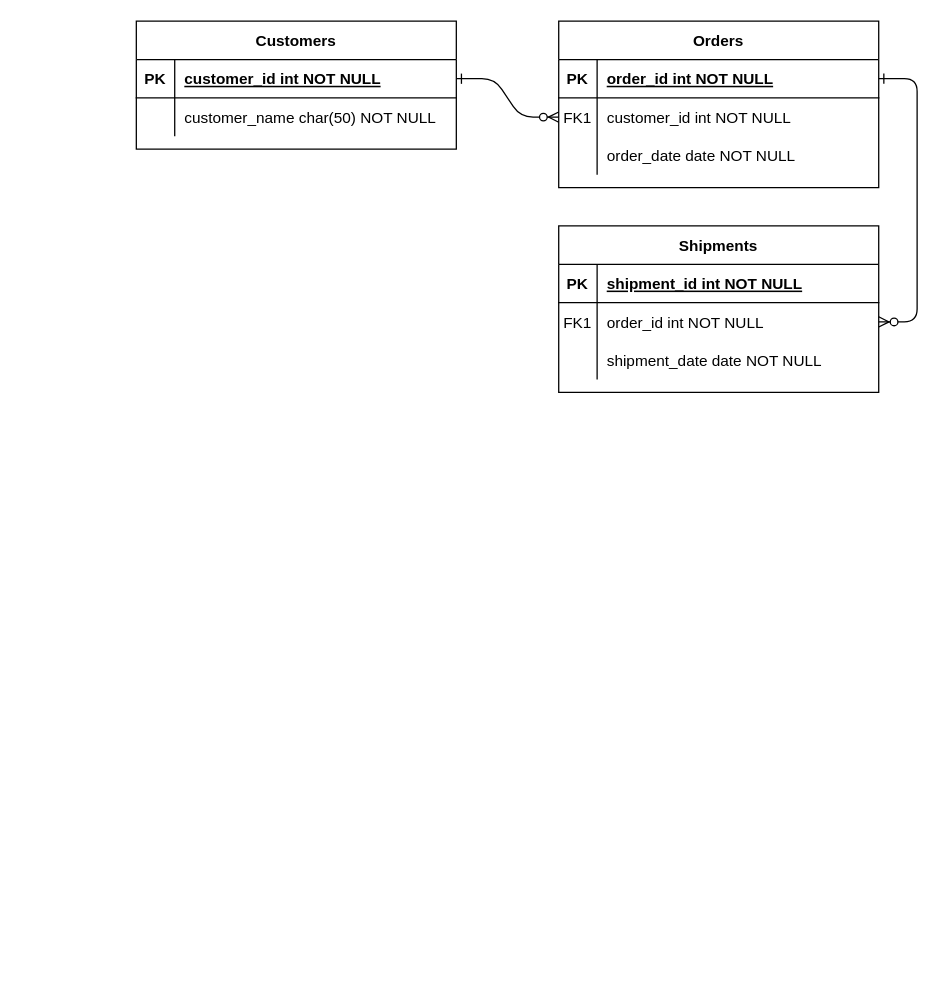
Before: anty_er_diagrams.drawio in Freeman-md/anty, a draw.io diagram. Source tidied: cells renumbered, new cells numbered last; positions are measured from the earlier drawing's top-left corner, leaving out a move shared by most shapes. Both pictures are drawn from the tidied source at 128%, with x=0, y=0 at pixel (136, 20).
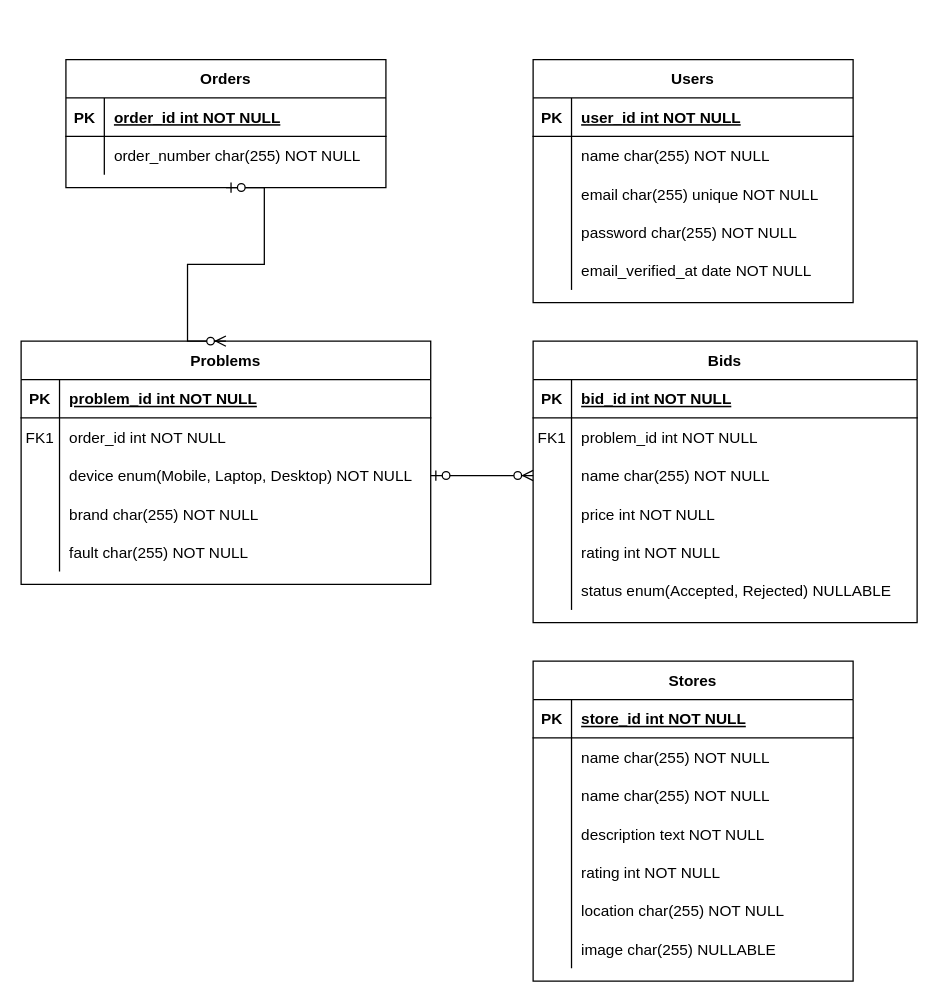
Above is the later version.

Unchanged cells that the change refers to:
```xml
<mxCell id="5" style="shape=partialRectangle;fillColor=none;points=[[0,0.5],[1,0.5]];portConstraint=eastwest;top=0;left=0;right=0;bottom=1;" parent="4" vertex="1">
  <mxGeometry y="30" width="250" height="30" as="geometry" />
</mxCell>
<mxCell id="25" style="shape=partialRectangle;fillColor=none;points=[[0,0.5],[1,0.5]];portConstraint=eastwest;top=0;left=0;right=0;bottom=1;" parent="24" vertex="1">
  <mxGeometry y="30" width="250" height="30" as="geometry" />
</mxCell>
```

Diff of the diagram source:
```diff
@@
-    <mxCell id="2" style="edgeStyle=entityRelationEdgeStyle;endArrow=ERzeroToMany;startArrow=ERone;endFill=1;startFill=0;" parent="1" edge="1" source="25" target="8">
-      <mxGeometry relative="1" as="geometry" />
-    </mxCell>
-    <mxCell id="3" style="edgeStyle=entityRelationEdgeStyle;endArrow=ERzeroToMany;startArrow=ERone;endFill=1;startFill=0;" parent="1" edge="1" source="5" target="18">
-      <mxGeometry relative="1" as="geometry" />
-    </mxCell>
     <mxCell id="4" value="Orders" style="shape=table;startSize=30;childLayout=tableLayout;rowLines=0;fontStyle=1;align=center;" parent="1" vertex="1">
-      <mxGeometry x="330" width="250" height="130" as="geometry" />
+      <mxGeometry x="-55" y="30" width="250" height="100" as="geometry" />
     </mxCell>
@@
-    <mxCell id="8" style="shape=partialRectangle;fillColor=none;points=[[0,0.5],[1,0.5]];portConstraint=eastwest;top=0;left=0;right=0;bottom=0;" parent="4" vertex="1">
-      <mxGeometry y="60" width="250" height="30" as="geometry" />
-    </mxCell>
-    <mxCell id="9" value="FK1" style="shape=partialRectangle;overflow=hidden;fillColor=none;top=0;left=0;bottom=0;right=0;" parent="8" vertex="1">
-      <mxGeometry width="30" height="30" as="geometry" />
-    </mxCell>
-    <mxCell id="10" value="customer_id int NOT NULL" style="shape=partialRectangle;overflow=hidden;fillColor=none;top=0;left=0;bottom=0;right=0;align=left;spacingLeft=6;" parent="8" vertex="1">
-      <mxGeometry x="30" width="220" height="30" as="geometry" />
-    </mxCell>
     <mxCell id="11" style="shape=partialRectangle;fillColor=none;top=0;left=0;right=0;bottom=0;" parent="4" vertex="1">
-      <mxGeometry y="90" width="250" height="30" as="geometry" />
+      <mxGeometry y="60" width="250" height="30" as="geometry" />
     </mxCell>
@@
-    <mxCell id="13" value="order_date date NOT NULL" style="shape=partialRectangle;overflow=hidden;fillColor=none;top=0;left=0;bottom=0;right=0;align=left;spacingLeft=6;" parent="11" vertex="1">
+    <mxCell id="13" value="order_number char(255) NOT NULL" style="shape=partialRectangle;overflow=hidden;fillColor=none;top=0;left=0;bottom=0;right=0;align=left;spacingLeft=6;" parent="11" vertex="1">
       <mxGeometry x="30" width="220" height="30" as="geometry" />
     </mxCell>
-    <mxCell id="14" value="Shipments" style="shape=table;startSize=30;childLayout=tableLayout;rowLines=0;fontStyle=1;align=center;" parent="1" vertex="1">
-      <mxGeometry x="330" y="160" width="250" height="130" as="geometry" />
+    <mxCell id="14" value="Bids" style="shape=table;startSize=30;childLayout=tableLayout;rowLines=0;fontStyle=1;align=center;" parent="1" vertex="1">
+      <mxGeometry x="310" y="250" width="300" height="220" as="geometry" />
     </mxCell>
     <mxCell id="15" style="shape=partialRectangle;fillColor=none;top=0;left=0;right=0;bottom=1;" parent="14" vertex="1">
-      <mxGeometry y="30" width="250" height="30" as="geometry" />
+      <mxGeometry y="30" width="300" height="30" as="geometry" />
     </mxCell>
@@
-    <mxCell id="17" value="shipment_id int NOT NULL " style="shape=partialRectangle;overflow=hidden;fillColor=none;top=0;left=0;bottom=0;right=0;align=left;spacingLeft=6;fontStyle=5;" parent="15" vertex="1">
-      <mxGeometry x="30" width="220" height="30" as="geometry" />
+    <mxCell id="17" value="bid_id int NOT NULL " style="shape=partialRectangle;overflow=hidden;fillColor=none;top=0;left=0;bottom=0;right=0;align=left;spacingLeft=6;fontStyle=5;" parent="15" vertex="1">
+      <mxGeometry x="30" width="270" height="30" as="geometry" />
     </mxCell>
     <mxCell id="18" style="shape=partialRectangle;fillColor=none;points=[[0,0.5],[1,0.5]];portConstraint=eastwest;top=0;left=0;right=0;bottom=0;" parent="14" vertex="1">
-      <mxGeometry y="60" width="250" height="30" as="geometry" />
+      <mxGeometry y="60" width="300" height="30" as="geometry" />
     </mxCell>
@@
-    <mxCell id="20" value="order_id int NOT NULL" style="shape=partialRectangle;overflow=hidden;fillColor=none;top=0;left=0;bottom=0;right=0;align=left;spacingLeft=6;" parent="18" vertex="1">
-      <mxGeometry x="30" width="220" height="30" as="geometry" />
+    <mxCell id="20" value="problem_id int NOT NULL" style="shape=partialRectangle;overflow=hidden;fillColor=none;top=0;left=0;bottom=0;right=0;align=left;spacingLeft=6;" parent="18" vertex="1">
+      <mxGeometry x="30" width="270" height="30" as="geometry" />
     </mxCell>
     <mxCell id="21" style="shape=partialRectangle;fillColor=none;points=[[0,0.5],[1,0.5]];portConstraint=eastwest;top=0;left=0;right=0;bottom=0;" parent="14" vertex="1">
-      <mxGeometry y="90" width="250" height="30" as="geometry" />
+      <mxGeometry y="90" width="300" height="30" as="geometry" />
     </mxCell>
@@
-    <mxCell id="23" value="shipment_date date NOT NULL" style="shape=partialRectangle;overflow=hidden;fillColor=none;top=0;left=0;bottom=0;right=0;align=left;spacingLeft=6;" parent="21" vertex="1">
-      <mxGeometry x="30" width="220" height="30" as="geometry" />
+    <mxCell id="23" value="name char(255) NOT NULL" style="shape=partialRectangle;overflow=hidden;fillColor=none;top=0;left=0;bottom=0;right=0;align=left;spacingLeft=6;" parent="21" vertex="1">
+      <mxGeometry x="30" width="270" height="30" as="geometry" />
     </mxCell>
+    <mxCell id="31" style="shape=partialRectangle;fillColor=none;top=0;left=0;right=0;bottom=0;" parent="14" vertex="1">
+      <mxGeometry y="120" width="300" height="30" as="geometry" />
+    </mxCell>
+    <mxCell id="32" style="shape=partialRectangle;overflow=hidden;fillColor=none;top=0;left=0;bottom=0;right=0;" parent="31" vertex="1">
+      <mxGeometry width="30" height="30" as="geometry" />
+    </mxCell>
+    <mxCell id="33" value="price int NOT NULL" style="shape=partialRectangle;overflow=hidden;fillColor=none;top=0;left=0;bottom=0;right=0;align=left;spacingLeft=6;" parent="31" vertex="1">
+      <mxGeometry x="30" width="270" height="30" as="geometry" />
+    </mxCell>
+    <mxCell id="34" style="shape=partialRectangle;fillColor=none;top=0;left=0;right=0;bottom=0;" parent="14" vertex="1">
+      <mxGeometry y="150" width="300" height="30" as="geometry" />
+    </mxCell>
+    <mxCell id="35" style="shape=partialRectangle;overflow=hidden;fillColor=none;top=0;left=0;bottom=0;right=0;" parent="34" vertex="1">
+      <mxGeometry width="30" height="30" as="geometry" />
+    </mxCell>
+    <mxCell id="36" value="rating int NOT NULL" style="shape=partialRectangle;overflow=hidden;fillColor=none;top=0;left=0;bottom=0;right=0;align=left;spacingLeft=6;" parent="34" vertex="1">
+      <mxGeometry x="30" width="270" height="30" as="geometry" />
+    </mxCell>
+    <mxCell id="37" style="shape=partialRectangle;fillColor=none;top=0;left=0;right=0;bottom=0;" parent="14" vertex="1">
+      <mxGeometry y="180" width="300" height="30" as="geometry" />
+    </mxCell>
+    <mxCell id="38" style="shape=partialRectangle;overflow=hidden;fillColor=none;top=0;left=0;bottom=0;right=0;" parent="37" vertex="1">
+      <mxGeometry width="30" height="30" as="geometry" />
+    </mxCell>
+    <mxCell id="39" value="status enum(Accepted, Rejected) NULLABLE" style="shape=partialRectangle;overflow=hidden;fillColor=none;top=0;left=0;bottom=0;right=0;align=left;spacingLeft=6;" parent="37" vertex="1">
+      <mxGeometry x="30" width="270" height="30" as="geometry" />
+    </mxCell>
-    <mxCell id="24" value="Customers" style="shape=table;startSize=30;childLayout=tableLayout;rowLines=0;fontStyle=1;align=center;" parent="1" vertex="1">
-      <mxGeometry width="250" height="100" as="geometry" />
+    <mxCell id="24" value="Users" style="shape=table;startSize=30;childLayout=tableLayout;rowLines=0;fontStyle=1;align=center;" parent="1" vertex="1">
+      <mxGeometry x="310" y="30" width="250" height="190" as="geometry" />
     </mxCell>
@@
-    <mxCell id="27" value="customer_id int NOT NULL " style="shape=partialRectangle;overflow=hidden;fillColor=none;top=0;left=0;bottom=0;right=0;align=left;spacingLeft=6;fontStyle=5;" parent="25" vertex="1">
+    <mxCell id="27" value="user_id int NOT NULL " style="shape=partialRectangle;overflow=hidden;fillColor=none;top=0;left=0;bottom=0;right=0;align=left;spacingLeft=6;fontStyle=5;" parent="25" vertex="1">
       <mxGeometry x="30" width="220" height="30" as="geometry" />
     </mxCell>
+    <mxCell id="40" style="shape=partialRectangle;fillColor=none;top=0;left=0;right=0;bottom=0;" parent="24" vertex="1">
+      <mxGeometry y="60" width="250" height="30" as="geometry" />
+    </mxCell>
+    <mxCell id="41" style="shape=partialRectangle;overflow=hidden;fillColor=none;top=0;left=0;bottom=0;right=0;" parent="40" vertex="1">
+      <mxGeometry width="30" height="30" as="geometry" />
+    </mxCell>
+    <mxCell id="42" value="name char(255) NOT NULL" style="shape=partialRectangle;overflow=hidden;fillColor=none;top=0;left=0;bottom=0;right=0;align=left;spacingLeft=6;" parent="40" vertex="1">
+      <mxGeometry x="30" width="220" height="30" as="geometry" />
+    </mxCell>
     <mxCell id="28" style="shape=partialRectangle;fillColor=none;top=0;left=0;right=0;bottom=0;" parent="24" vertex="1">
-      <mxGeometry y="60" width="250" height="30" as="geometry" />
+      <mxGeometry y="90" width="250" height="30" as="geometry" />
     </mxCell>
@@
-    <mxCell id="30" value="customer_name char(50) NOT NULL" style="shape=partialRectangle;overflow=hidden;fillColor=none;top=0;left=0;bottom=0;right=0;align=left;spacingLeft=6;" parent="28" vertex="1">
+    <mxCell id="30" value="email char(255) unique NOT NULL" style="shape=partialRectangle;overflow=hidden;fillColor=none;top=0;left=0;bottom=0;right=0;align=left;spacingLeft=6;" parent="28" vertex="1">
       <mxGeometry x="30" width="220" height="30" as="geometry" />
     </mxCell>
+    <mxCell id="43" style="shape=partialRectangle;fillColor=none;top=0;left=0;right=0;bottom=0;" parent="24" vertex="1">
+      <mxGeometry y="120" width="250" height="30" as="geometry" />
+    </mxCell>
+    <mxCell id="44" style="shape=partialRectangle;overflow=hidden;fillColor=none;top=0;left=0;bottom=0;right=0;" parent="43" vertex="1">
+      <mxGeometry width="30" height="30" as="geometry" />
+    </mxCell>
+    <mxCell id="45" value="password char(255) NOT NULL" style="shape=partialRectangle;overflow=hidden;fillColor=none;top=0;left=0;bottom=0;right=0;align=left;spacingLeft=6;" parent="43" vertex="1">
+      <mxGeometry x="30" width="220" height="30" as="geometry" />
+    </mxCell>
+    <mxCell id="46" style="shape=partialRectangle;fillColor=none;top=0;left=0;right=0;bottom=0;" parent="24" vertex="1">
+      <mxGeometry y="150" width="250" height="30" as="geometry" />
+    </mxCell>
+    <mxCell id="47" style="shape=partialRectangle;overflow=hidden;fillColor=none;top=0;left=0;bottom=0;right=0;" parent="46" vertex="1">
+      <mxGeometry width="30" height="30" as="geometry" />
+    </mxCell>
+    <mxCell id="48" value="email_verified_at date NOT NULL" style="shape=partialRectangle;overflow=hidden;fillColor=none;top=0;left=0;bottom=0;right=0;align=left;spacingLeft=6;" parent="46" vertex="1">
+      <mxGeometry x="30" width="220" height="30" as="geometry" />
+    </mxCell>
+    <mxCell id="49" value="Problems" style="shape=table;startSize=30;childLayout=tableLayout;rowLines=0;fontStyle=1;align=center;" parent="1" vertex="1">
+      <mxGeometry x="-90" y="250" width="320" height="190" as="geometry" />
+    </mxCell>
+    <mxCell id="50" style="shape=partialRectangle;fillColor=none;top=0;left=0;right=0;bottom=1;" parent="49" vertex="1">
+      <mxGeometry y="30" width="320" height="30" as="geometry" />
+    </mxCell>
+    <mxCell id="51" value="PK" style="shape=partialRectangle;overflow=hidden;fillColor=none;top=0;left=0;bottom=0;right=0;fontStyle=1;" parent="50" vertex="1">
+      <mxGeometry width="30" height="30" as="geometry" />
+    </mxCell>
+    <mxCell id="52" value="problem_id int NOT NULL " style="shape=partialRectangle;overflow=hidden;fillColor=none;top=0;left=0;bottom=0;right=0;align=left;spacingLeft=6;fontStyle=5;" parent="50" vertex="1">
+      <mxGeometry x="30" width="290" height="30" as="geometry" />
+    </mxCell>
+    <mxCell id="53" style="shape=partialRectangle;fillColor=none;top=0;left=0;right=0;bottom=0;" parent="49" vertex="1">
+      <mxGeometry y="60" width="320" height="30" as="geometry" />
+    </mxCell>
+    <mxCell id="9" value="FK1" style="shape=partialRectangle;overflow=hidden;fillColor=none;top=0;left=0;bottom=0;right=0;" parent="53" vertex="1">
+      <mxGeometry width="30" height="30" as="geometry" />
+    </mxCell>
+    <mxCell id="54" value="order_id int NOT NULL" style="shape=partialRectangle;overflow=hidden;fillColor=none;top=0;left=0;bottom=0;right=0;align=left;spacingLeft=6;" parent="53" vertex="1">
+      <mxGeometry x="30" width="290" height="30" as="geometry" />
+    </mxCell>
+    <mxCell id="55" style="shape=partialRectangle;fillColor=none;points=[[0,0.5],[1,0.5]];portConstraint=eastwest;top=0;left=0;right=0;bottom=0;" parent="49" vertex="1">
+      <mxGeometry y="90" width="320" height="30" as="geometry" />
+    </mxCell>
+    <mxCell id="56" style="shape=partialRectangle;overflow=hidden;fillColor=none;top=0;left=0;bottom=0;right=0;" parent="55" vertex="1">
+      <mxGeometry width="30" height="30" as="geometry" />
+    </mxCell>
+    <mxCell id="57" value="device enum(Mobile, Laptop, Desktop) NOT NULL" style="shape=partialRectangle;overflow=hidden;fillColor=none;top=0;left=0;bottom=0;right=0;align=left;spacingLeft=6;" parent="55" vertex="1">
+      <mxGeometry x="30" width="290" height="30" as="geometry" />
+    </mxCell>
+    <mxCell id="58" style="shape=partialRectangle;fillColor=none;top=0;left=0;right=0;bottom=0;" parent="49" vertex="1">
+      <mxGeometry y="120" width="320" height="30" as="geometry" />
+    </mxCell>
+    <mxCell id="59" style="shape=partialRectangle;overflow=hidden;fillColor=none;top=0;left=0;bottom=0;right=0;" parent="58" vertex="1">
+      <mxGeometry width="30" height="30" as="geometry" />
+    </mxCell>
+    <mxCell id="60" value="brand char(255) NOT NULL" style="shape=partialRectangle;overflow=hidden;fillColor=none;top=0;left=0;bottom=0;right=0;align=left;spacingLeft=6;" parent="58" vertex="1">
+      <mxGeometry x="30" width="290" height="30" as="geometry" />
+    </mxCell>
+    <mxCell id="61" style="shape=partialRectangle;fillColor=none;top=0;left=0;right=0;bottom=0;" parent="49" vertex="1">
+      <mxGeometry y="150" width="320" height="30" as="geometry" />
+    </mxCell>
+    <mxCell id="62" style="shape=partialRectangle;overflow=hidden;fillColor=none;top=0;left=0;bottom=0;right=0;" parent="61" vertex="1">
+      <mxGeometry width="30" height="30" as="geometry" />
+    </mxCell>
+    <mxCell id="63" value="fault char(255) NOT NULL" style="shape=partialRectangle;overflow=hidden;fillColor=none;top=0;left=0;bottom=0;right=0;align=left;spacingLeft=6;" parent="61" vertex="1">
+      <mxGeometry x="30" width="290" height="30" as="geometry" />
+    </mxCell>
+    <mxCell id="64" style="edgeStyle=entityRelationEdgeStyle;fontSize=12;html=1;endArrow=ERzeroToMany;startArrow=ERzeroToOne;rounded=0;exitX=1;exitY=0.5;exitDx=0;exitDy=0;entryX=0;entryY=0.5;entryDx=0;entryDy=0;" parent="1" edge="1" source="55" target="21">
+      <mxGeometry relative="1" as="geometry" />
+    </mxCell>
+    <mxCell id="65" style="edgeStyle=entityRelationEdgeStyle;fontSize=12;html=1;endArrow=ERzeroToMany;startArrow=ERzeroToOne;rounded=0;exitX=0.5;exitY=1;exitDx=0;exitDy=0;entryX=0.5;entryY=0;entryDx=0;entryDy=0;" parent="1" edge="1" source="4" target="49">
+      <mxGeometry relative="1" as="geometry" />
+    </mxCell>
+    <mxCell id="66" value="Stores" style="shape=table;startSize=30;childLayout=tableLayout;rowLines=0;fontStyle=1;align=center;" parent="1" vertex="1">
+      <mxGeometry x="310" y="500" width="250" height="250" as="geometry" />
+    </mxCell>
+    <mxCell id="67" style="shape=partialRectangle;fillColor=none;top=0;left=0;right=0;bottom=1;" parent="66" vertex="1">
+      <mxGeometry y="30" width="250" height="30" as="geometry" />
+    </mxCell>
+    <mxCell id="68" value="PK" style="shape=partialRectangle;overflow=hidden;fillColor=none;top=0;left=0;bottom=0;right=0;fontStyle=1;" parent="67" vertex="1">
+      <mxGeometry width="30" height="30" as="geometry" />
+    </mxCell>
+    <mxCell id="69" value="store_id int NOT NULL " style="shape=partialRectangle;overflow=hidden;fillColor=none;top=0;left=0;bottom=0;right=0;align=left;spacingLeft=6;fontStyle=5;" parent="67" vertex="1">
+      <mxGeometry x="30" width="220" height="30" as="geometry" />
+    </mxCell>
+    <mxCell id="70" style="shape=partialRectangle;fillColor=none;top=0;left=0;right=0;bottom=0;" parent="66" vertex="1">
+      <mxGeometry y="60" width="250" height="30" as="geometry" />
+    </mxCell>
+    <mxCell id="71" style="shape=partialRectangle;overflow=hidden;fillColor=none;top=0;left=0;bottom=0;right=0;" parent="70" vertex="1">
+      <mxGeometry width="30" height="30" as="geometry" />
+    </mxCell>
+    <mxCell id="72" value="name char(255) NOT NULL" style="shape=partialRectangle;overflow=hidden;fillColor=none;top=0;left=0;bottom=0;right=0;align=left;spacingLeft=6;" parent="70" vertex="1">
+      <mxGeometry x="30" width="220" height="30" as="geometry" />
+    </mxCell>
+    <mxCell id="73" style="shape=partialRectangle;fillColor=none;top=0;left=0;right=0;bottom=0;" parent="66" vertex="1">
+      <mxGeometry y="90" width="250" height="30" as="geometry" />
+    </mxCell>
+    <mxCell id="74" style="shape=partialRectangle;overflow=hidden;fillColor=none;top=0;left=0;bottom=0;right=0;" parent="73" vertex="1">
+      <mxGeometry width="30" height="30" as="geometry" />
+    </mxCell>
+    <mxCell id="75" value="name char(255) NOT NULL" style="shape=partialRectangle;overflow=hidden;fillColor=none;top=0;left=0;bottom=0;right=0;align=left;spacingLeft=6;" parent="73" vertex="1">
+      <mxGeometry x="30" width="220" height="30" as="geometry" />
+    </mxCell>
+    <mxCell id="76" style="shape=partialRectangle;fillColor=none;top=0;left=0;right=0;bottom=0;" parent="66" vertex="1">
+      <mxGeometry y="120" width="250" height="30" as="geometry" />
+    </mxCell>
+    <mxCell id="77" style="shape=partialRectangle;overflow=hidden;fillColor=none;top=0;left=0;bottom=0;right=0;" parent="76" vertex="1">
+      <mxGeometry width="30" height="30" as="geometry" />
+    </mxCell>
+    <mxCell id="78" value="description text NOT NULL" style="shape=partialRectangle;overflow=hidden;fillColor=none;top=0;left=0;bottom=0;right=0;align=left;spacingLeft=6;" parent="76" vertex="1">
+      <mxGeometry x="30" width="220" height="30" as="geometry" />
+    </mxCell>
+    <mxCell id="79" style="shape=partialRectangle;fillColor=none;top=0;left=0;right=0;bottom=0;" parent="66" vertex="1">
+      <mxGeometry y="150" width="250" height="30" as="geometry" />
+    </mxCell>
+    <mxCell id="80" style="shape=partialRectangle;overflow=hidden;fillColor=none;top=0;left=0;bottom=0;right=0;" parent="79" vertex="1">
+      <mxGeometry width="30" height="30" as="geometry" />
+    </mxCell>
+    <mxCell id="81" value="rating int NOT NULL" style="shape=partialRectangle;overflow=hidden;fillColor=none;top=0;left=0;bottom=0;right=0;align=left;spacingLeft=6;" parent="79" vertex="1">
+      <mxGeometry x="30" width="220" height="30" as="geometry" />
+    </mxCell>
+    <mxCell id="82" style="shape=partialRectangle;fillColor=none;top=0;left=0;right=0;bottom=0;" parent="66" vertex="1">
+      <mxGeometry y="180" width="250" height="30" as="geometry" />
+    </mxCell>
+    <mxCell id="83" style="shape=partialRectangle;overflow=hidden;fillColor=none;top=0;left=0;bottom=0;right=0;" parent="82" vertex="1">
+      <mxGeometry width="30" height="30" as="geometry" />
+    </mxCell>
+    <mxCell id="84" value="location char(255) NOT NULL" style="shape=partialRectangle;overflow=hidden;fillColor=none;top=0;left=0;bottom=0;right=0;align=left;spacingLeft=6;" parent="82" vertex="1">
+      <mxGeometry x="30" width="220" height="30" as="geometry" />
+    </mxCell>
+    <mxCell id="85" style="shape=partialRectangle;fillColor=none;top=0;left=0;right=0;bottom=0;" parent="66" vertex="1">
+      <mxGeometry y="210" width="250" height="30" as="geometry" />
+    </mxCell>
+    <mxCell id="86" style="shape=partialRectangle;overflow=hidden;fillColor=none;top=0;left=0;bottom=0;right=0;" parent="85" vertex="1">
+      <mxGeometry width="30" height="30" as="geometry" />
+    </mxCell>
+    <mxCell id="87" value="image char(255) NULLABLE" style="shape=partialRectangle;overflow=hidden;fillColor=none;top=0;left=0;bottom=0;right=0;align=left;spacingLeft=6;" parent="85" vertex="1">
+      <mxGeometry x="30" width="220" height="30" as="geometry" />
+    </mxCell>
```
